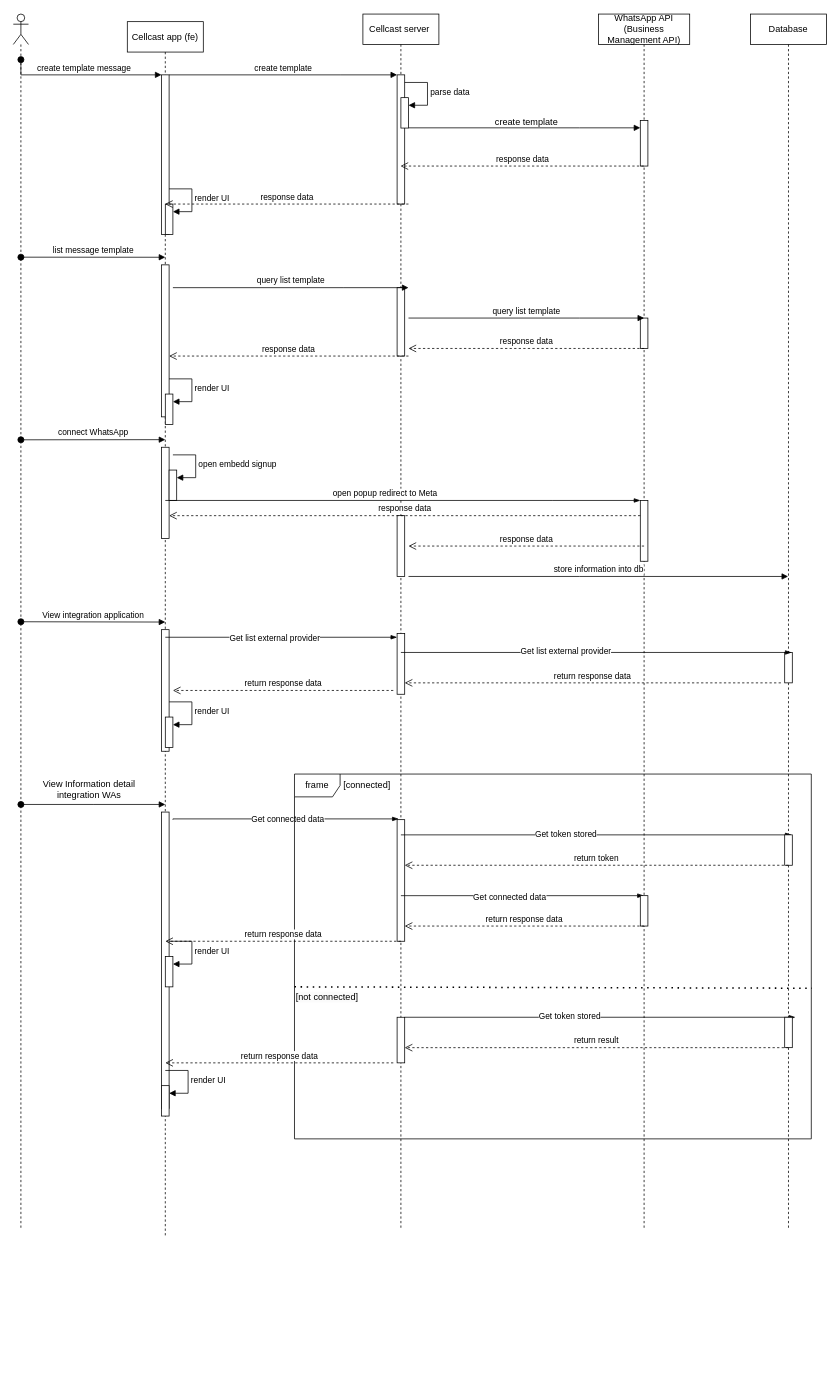
LucasNguyenTVF/test keeps this draw.io diagram as Untitled Diagram.drawio. Above is the earlier version. Source tidied: cells renumbered, new cells numbered last; positions are measured from the earlier drawing's top-left corner, leaving out a move shared by most shapes. Both pictures are drawn from the tidied source at 76%, with x=0, y=0 at pixel (13, 14).
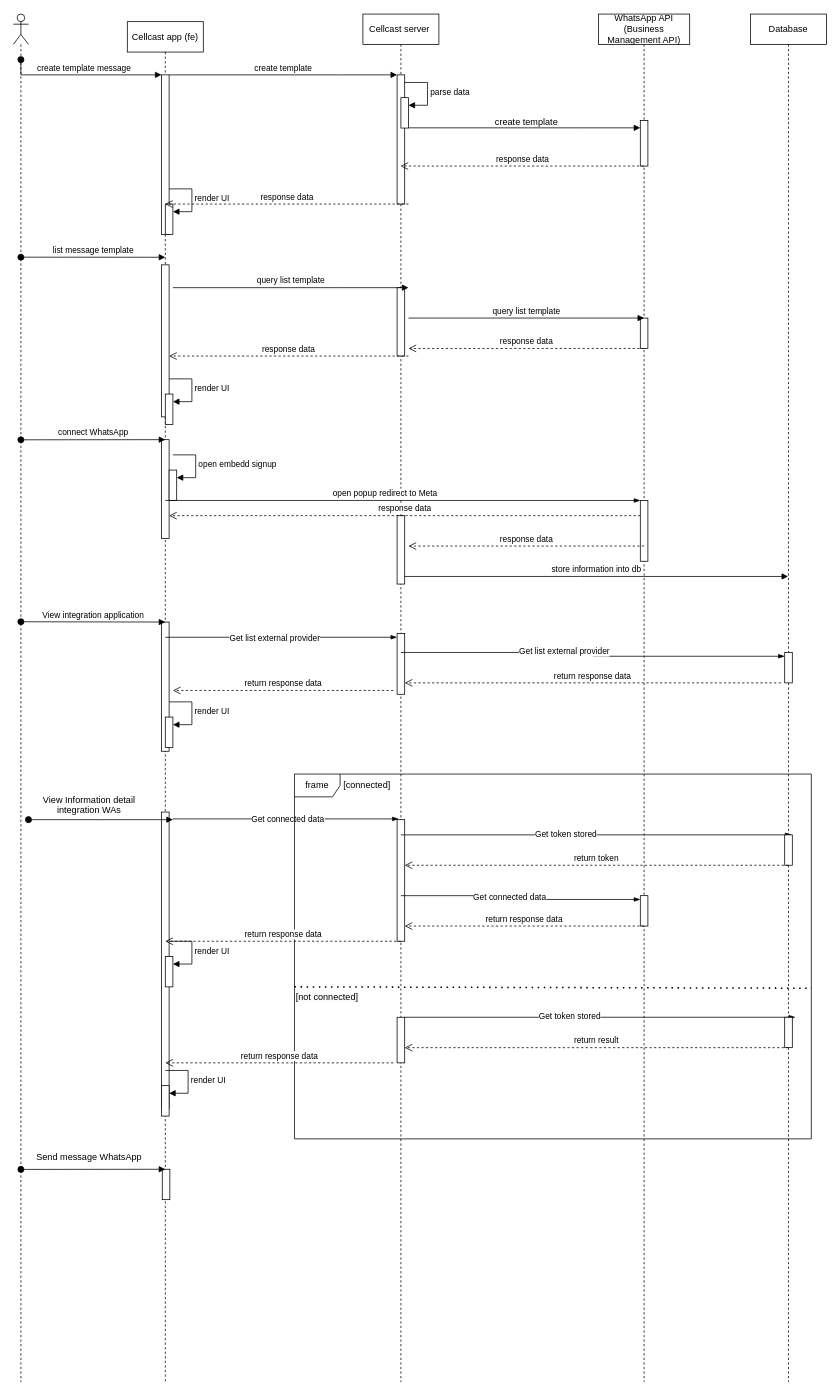
Above is the later version.

Unchanged cells that the change refers to:
```xml
<mxCell id="48" style="html=1;points=[[0,0,0,0,5],[0,1,0,0,-5],[1,0,0,0,5],[1,1,0,0,-5]];perimeter=orthogonalPerimeter;outlineConnect=0;targetShapes=umlLifeline;portConstraint=eastwest;newEdgeStyle={&quot;curved&quot;:0,&quot;rounded&quot;:0};" parent="47" vertex="1">
  <mxGeometry x="45" y="840" width="10" height="40" as="geometry" />
</mxCell>
<mxCell id="69" style="html=1;points=[[0,0,0,0,5],[0,1,0,0,-5],[1,0,0,0,5],[1,1,0,0,-5]];perimeter=orthogonalPerimeter;outlineConnect=0;targetShapes=umlLifeline;portConstraint=eastwest;newEdgeStyle={&quot;curved&quot;:0,&quot;rounded&quot;:0};" parent="1" vertex="1">
  <mxGeometry x="825" y="1160" width="10" height="40" as="geometry" />
</mxCell>
```

The edit, as a diff of the source:
```diff
@@
     <mxCell id="2" value="Cellcast app (fe)" style="shape=umlLifeline;whiteSpace=wrap;html=1;newEdgeStyle={&quot;curved&quot;:0,&quot;rounded&quot;:0};perimeter=rectanglePerimeter;targetShapes=umlLifeline;participant=label;" parent="1" vertex="1">
-      <mxGeometry x="150" y="10" width="100" height="1600" as="geometry" />
+      <mxGeometry x="150" y="10" width="100" height="1790" as="geometry" />
     </mxCell>
@@
     <mxCell id="7" style="html=1;points=[[0,0,0,0,5],[0,1,0,0,-5],[1,0,0,0,5],[1,1,0,0,-5]];perimeter=orthogonalPerimeter;outlineConnect=0;targetShapes=umlLifeline;portConstraint=eastwest;newEdgeStyle={&quot;curved&quot;:0,&quot;rounded&quot;:0};" parent="2" vertex="1">
-      <mxGeometry x="45" y="560" width="10" height="120" as="geometry" />
+      <mxGeometry x="45" y="550" width="10" height="130" as="geometry" />
     </mxCell>
@@
     <mxCell id="12" style="html=1;perimeter=orthogonalPerimeter;targetShapes=umlLifeline;newEdgeStyle={&quot;curved&quot;:0,&quot;rounded&quot;:0};" parent="2" vertex="1">
-      <mxGeometry x="45" y="800" width="10" height="160" as="geometry" />
+      <mxGeometry x="45" y="790" width="10" height="170" as="geometry" />
     </mxCell>
@@
+    <mxCell id="82" style="html=1;perimeter=orthogonalPerimeter;targetShapes=umlLifeline;newEdgeStyle={&quot;curved&quot;:0,&quot;rounded&quot;:0};" parent="2" vertex="1">
+      <mxGeometry x="46" y="1510" width="10" height="40" as="geometry" />
+    </mxCell>
     <mxCell id="18" value="Cellcast server&amp;nbsp;" style="shape=umlLifeline;perimeter=lifelinePerimeter;whiteSpace=wrap;html=1;outlineConnect=0;portConstraint=eastwest;newEdgeStyle={&quot;edgeStyle&quot;:&quot;elbowEdgeStyle&quot;,&quot;elbow&quot;:&quot;vertical&quot;,&quot;curved&quot;:0,&quot;rounded&quot;:0};" parent="1" vertex="1">
-      <mxGeometry x="460" width="100" height="1600" as="geometry" />
+      <mxGeometry x="460" width="100" height="1800" as="geometry" />
     </mxCell>
@@
     <mxCell id="23" style="html=1;points=[[0,0,0,0,5],[0,1,0,0,-5],[1,0,0,0,5],[1,1,0,0,-5]];perimeter=orthogonalPerimeter;outlineConnect=0;targetShapes=umlLifeline;portConstraint=eastwest;newEdgeStyle={&quot;curved&quot;:0,&quot;rounded&quot;:0};" parent="18" vertex="1">
-      <mxGeometry x="45" y="660" width="10" height="80" as="geometry" />
+      <mxGeometry x="45" y="660" width="10" height="90" as="geometry" />
     </mxCell>
@@
     <mxCell id="29" value="WhatsApp API (Business Management API)" style="shape=umlLifeline;perimeter=lifelinePerimeter;whiteSpace=wrap;html=1;outlineConnect=0;portConstraint=eastwest;newEdgeStyle={&quot;edgeStyle&quot;:&quot;elbowEdgeStyle&quot;,&quot;elbow&quot;:&quot;vertical&quot;,&quot;curved&quot;:0,&quot;rounded&quot;:0};" parent="1" vertex="1">
-      <mxGeometry x="770" width="120" height="1600" as="geometry" />
+      <mxGeometry x="770" width="120" height="1800" as="geometry" />
     </mxCell>
@@
     <mxCell id="36" style="shape=umlLifeline;perimeter=lifelinePerimeter;whiteSpace=wrap;html=1;newEdgeStyle={&quot;curved&quot;:0,&quot;rounded&quot;:0};participant=umlActor;" parent="1" vertex="1">
-      <mxGeometry width="20" height="1600" as="geometry" />
+      <mxGeometry width="20" height="1800" as="geometry" />
     </mxCell>
@@
     <mxCell id="47" value="Database" style="shape=umlLifeline;perimeter=lifelinePerimeter;whiteSpace=wrap;html=1;outlineConnect=0;portConstraint=eastwest;newEdgeStyle={&quot;curved&quot;:0,&quot;rounded&quot;:0};" parent="1" vertex="1">
-      <mxGeometry x="970" width="100" height="1600" as="geometry" />
+      <mxGeometry x="970" width="100" height="1800" as="geometry" />
     </mxCell>
@@
-    <mxCell id="49" value="store information into db" style="html=1;verticalAlign=bottom;endArrow=block;edgeStyle=elbowEdgeStyle;elbow=vertical;curved=0;rounded=0;" parent="1" edge="1" target="47">
+    <mxCell id="49" value="store information into db" style="html=1;verticalAlign=bottom;endArrow=block;edgeStyle=elbowEdgeStyle;elbow=vertical;curved=0;rounded=0;" parent="1" edge="1" source="23" target="47">
       <mxGeometry relative="1" as="geometry">
-        <mxPoint x="520" y="740" as="sourcePoint" />
         <Array as="points">
           <mxPoint x="745" y="740" />
         </Array>
       </mxGeometry>
     </mxCell>
@@
-    <mxCell id="53" style="edgeStyle=elbowEdgeStyle;fontSize=12;html=1;endArrow=blockThin;endFill=1;rounded=0;entryX=0.54;entryY=0.525;entryDx=0;entryDy=0;entryPerimeter=0;" parent="1" edge="1" target="47">
+    <mxCell id="53" style="edgeStyle=elbowEdgeStyle;fontSize=12;html=1;endArrow=blockThin;endFill=1;rounded=0;entryX=0;entryY=0;entryDx=0;entryDy=5;entryPerimeter=0;" parent="1" edge="1" target="48">
       <mxGeometry relative="1" as="geometry">
         <mxPoint x="510" y="840" as="sourcePoint" />
       </mxGeometry>
     </mxCell>
@@
     <mxCell id="57" value="View Information detail integration WAs" style="text;whiteSpace=wrap;align=center;" parent="1" vertex="1">
-      <mxGeometry x="10" y="1000" width="180" height="30" as="geometry" />
+      <mxGeometry x="10" y="1020" width="180" height="30" as="geometry" />
     </mxCell>
     <mxCell id="58" style="html=1;verticalAlign=bottom;startArrow=oval;endArrow=block;startSize=8;edgeStyle=elbowEdgeStyle;elbow=vertical;curved=0;rounded=0;exitX=1;exitY=1;exitDx=0;exitDy=0;exitPerimeter=0;" parent="1" edge="1">
       <mxGeometry relative="1" as="geometry">
-        <mxPoint x="10" y="1040" as="sourcePoint" />
-        <mxPoint x="200" y="1040" as="targetPoint" />
+        <mxPoint x="10" y="1520.2" as="sourcePoint" />
+        <mxPoint x="200" y="1520.2" as="targetPoint" />
       </mxGeometry>
     </mxCell>
@@
-    <mxCell id="67" style="edgeStyle=elbowEdgeStyle;fontSize=12;html=1;endArrow=blockThin;endFill=1;rounded=0;entryX=0.496;entryY=0.725;entryDx=0;entryDy=0;entryPerimeter=0;" parent="1" edge="1" target="29">
+    <mxCell id="67" style="edgeStyle=elbowEdgeStyle;fontSize=12;html=1;endArrow=blockThin;endFill=1;rounded=0;entryX=0;entryY=0;entryDx=0;entryDy=5;entryPerimeter=0;" parent="1" edge="1" target="69">
       <mxGeometry relative="1" as="geometry">
         <mxPoint x="510" y="1160" as="sourcePoint" />
       </mxGeometry>
     </mxCell>
@@
+    <mxCell id="83" style="html=1;verticalAlign=bottom;startArrow=oval;endArrow=block;startSize=8;edgeStyle=elbowEdgeStyle;elbow=vertical;curved=0;rounded=0;exitX=1;exitY=1;exitDx=0;exitDy=0;exitPerimeter=0;" parent="1" edge="1">
+      <mxGeometry relative="1" as="geometry">
+        <mxPoint x="20" y="1060" as="sourcePoint" />
+        <mxPoint x="210" y="1060" as="targetPoint" />
+      </mxGeometry>
+    </mxCell>
+    <mxCell id="84" value="Send message WhatsApp" style="text;whiteSpace=wrap;align=center;" parent="1" vertex="1">
+      <mxGeometry x="10" y="1490" width="180" height="30" as="geometry" />
+    </mxCell>
```
